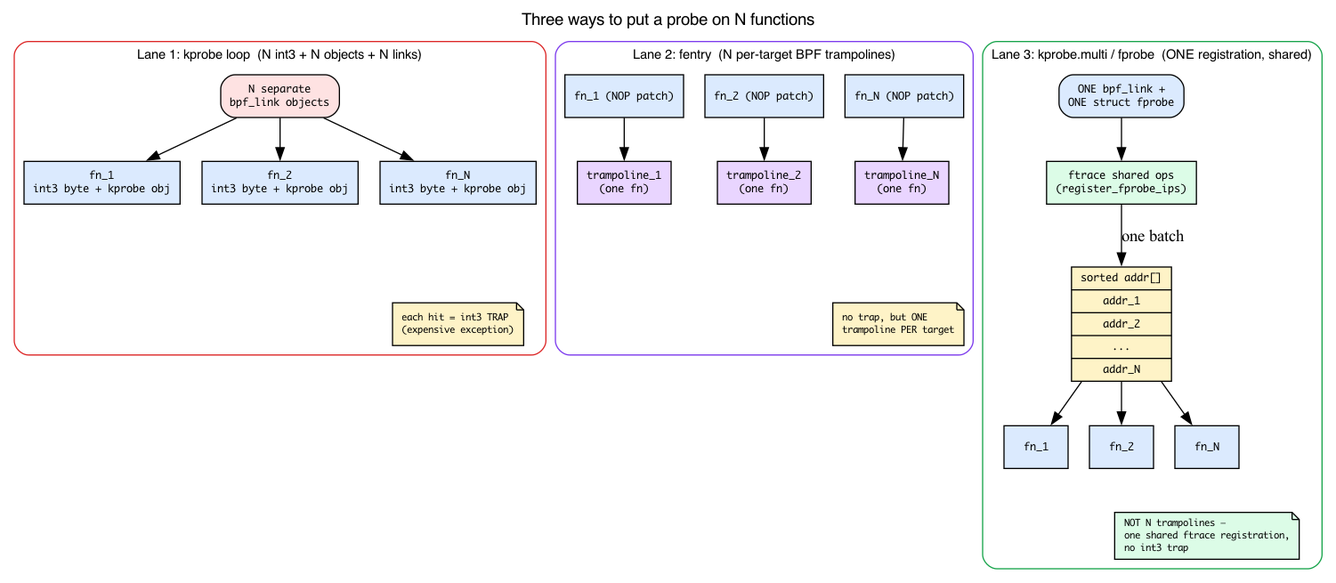
This is ebpf/src/diagrams/day11_three_lanes.png from biefy/books, a Graphviz export, as it was before one commit. Its source is kept beside it as ebpf/src/diagrams/src/day11_three_lanes.dot.
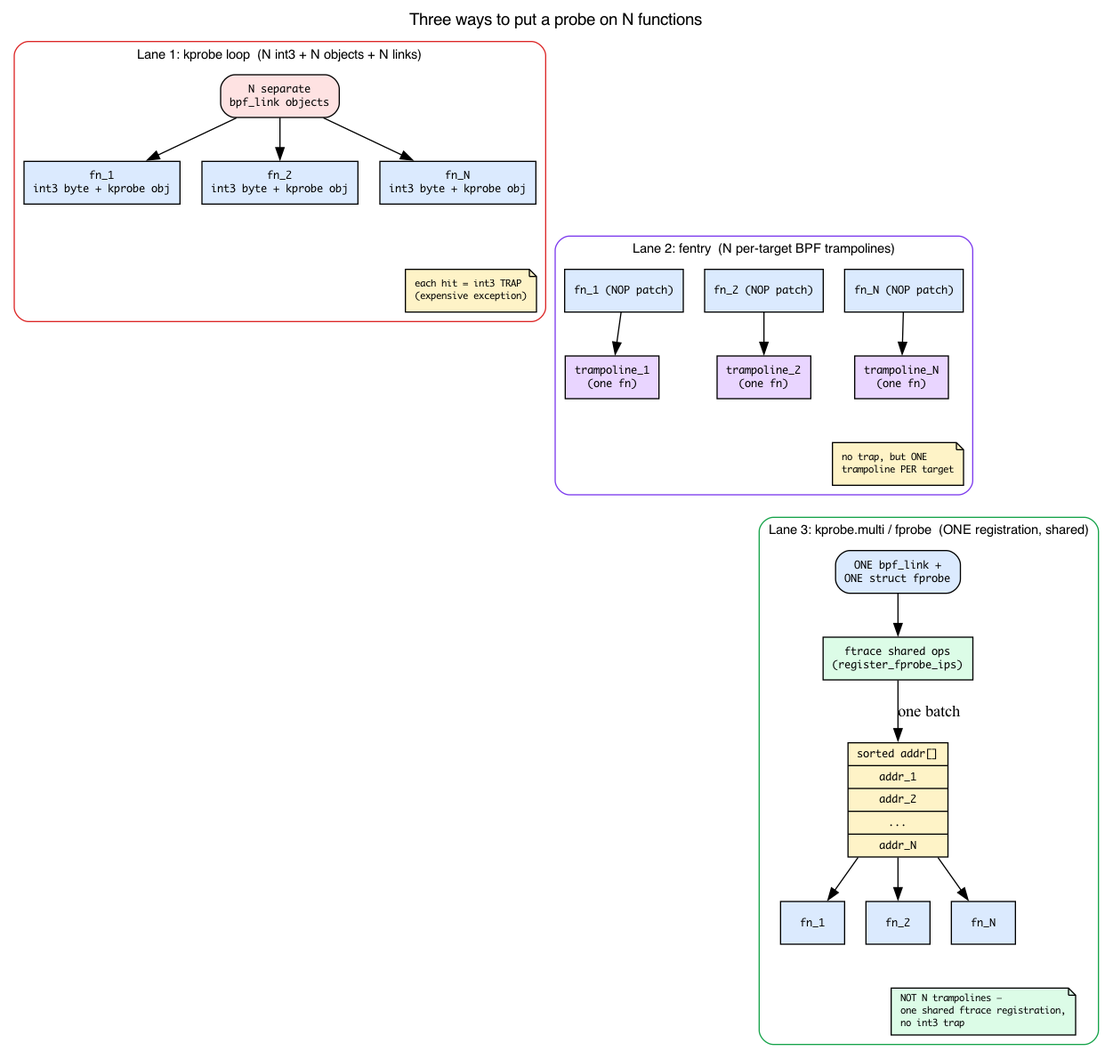
Later version of the same file.

The edit, as a diff of the source:
```diff
@@ -20,6 +20,8 @@
         kn -> knote [style=invis];
     }
 
+    knote -> f1 [style=invis, weight=100];
+
     subgraph cluster_fentry {
         label="Lane 2: fentry  (N per-target BPF trampolines)";
         fontname="Helvetica"; fontsize=11; style="rounded"; color="#7c3aed";
@@ -34,6 +36,8 @@
                label="no trap, but ONE\ltrampoline PER target\l"];
         fn -> fnote [style=invis];
     }
+
+    fnote -> m_link [style=invis, weight=100];
 
     subgraph cluster_multi {
         label="Lane 3: kprobe.multi / fprobe  (ONE registration, shared)";
```
